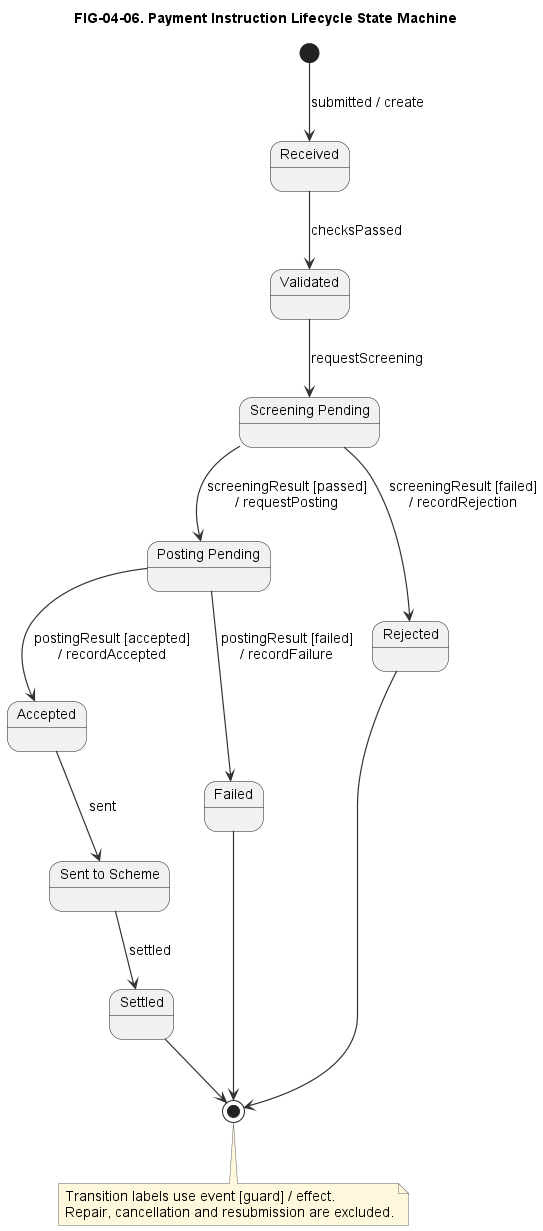
Before: diagrams/exported/png/FIG-04-06-payment-instruction-lifecycle-state-machine.png, a diagram exported from PlantUML (nishikanttiwari01/Architecture_Modelling).
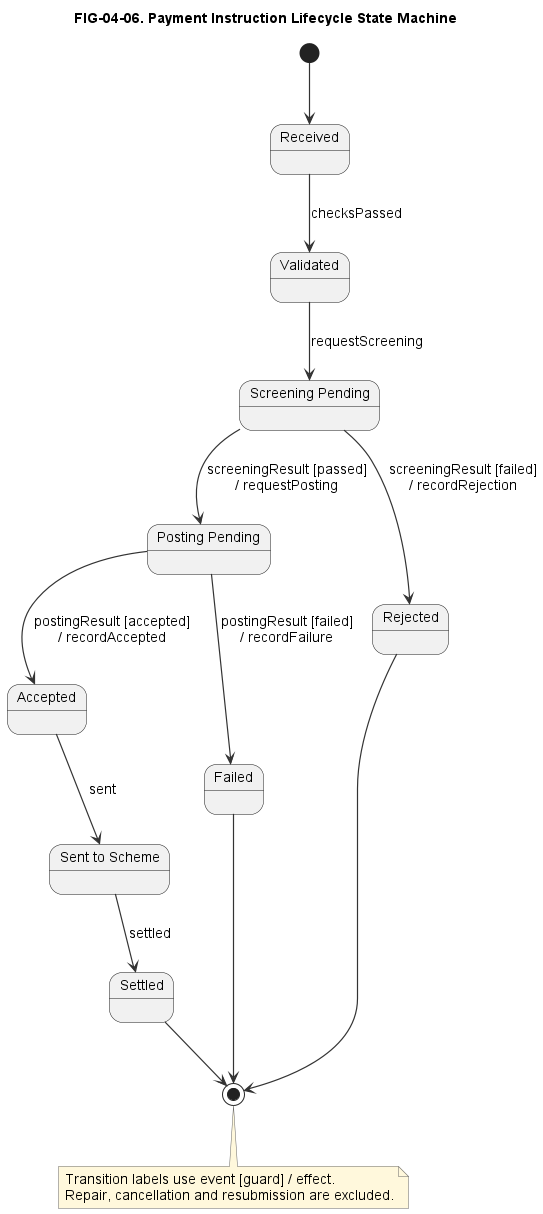
The same file after the commit.

What changed in the source:
```diff
@@ -7,7 +7,7 @@
 state "Posting Pending" as PostingPending
 state "Sent to Scheme" as SentToScheme
 
-[*] --> Received : submitted / create
+[*] --> Received
 Received --> Validated : checksPassed
 Validated --> ScreeningPending : requestScreening
 
```
